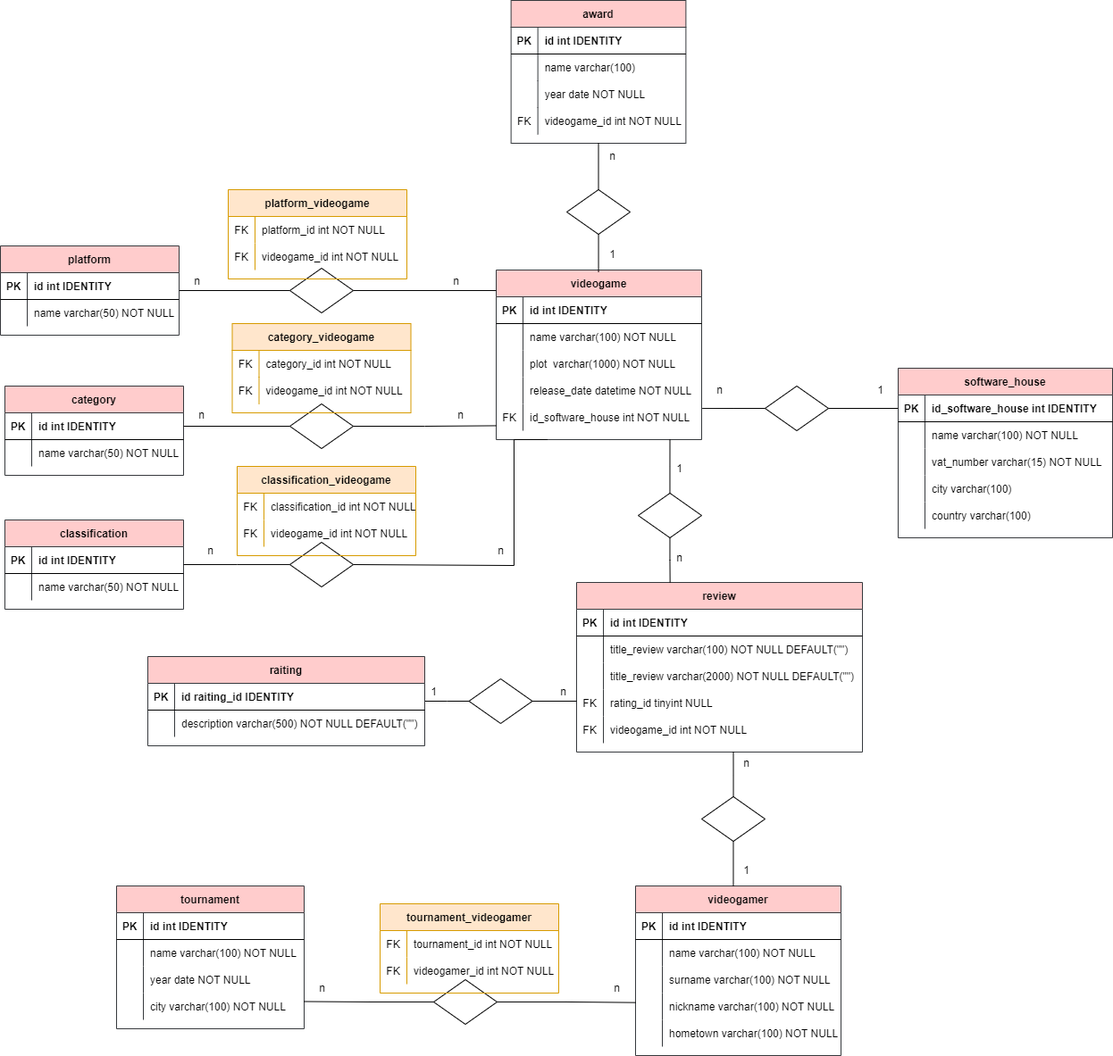
This is modellazione_schema_ER_videogames.png from giovannitamburini/db-videogames, a draw.io export, as it was before one commit. Source tidied: cells renumbered, new cells last; positions are measured from the earlier drawing's top-left corner, leaving out a move shared by most shapes.
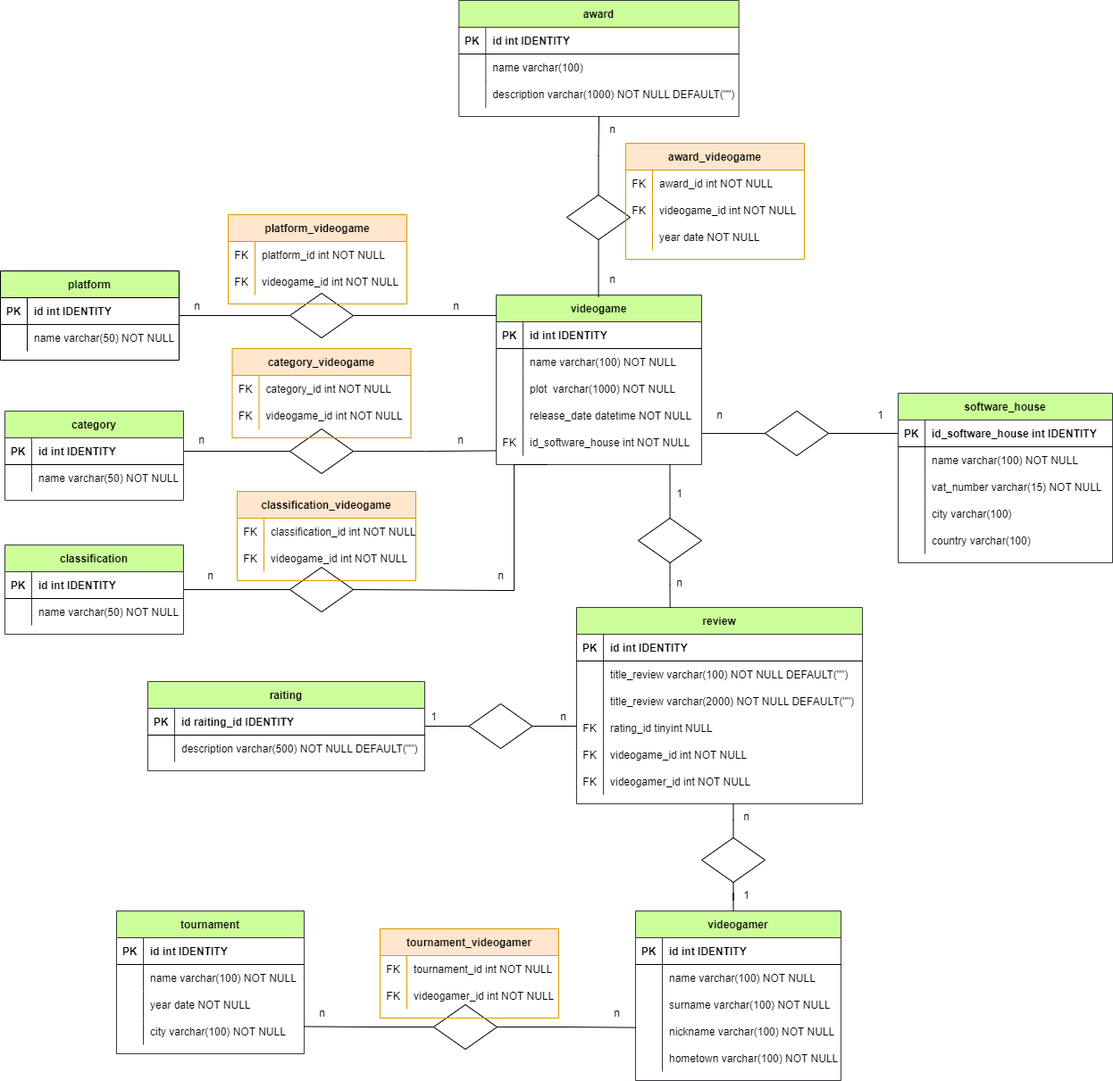
After the commit.

Commit message:
fixed award table & review table

What changed in the source:
```diff
@@ -1,8 +1,8 @@
-<mxGraphModel>
+<mxGraphModel background="#FFFFFF">
   <root>
     <mxCell id="0" />
     <mxCell id="1" parent="0" />
-    <mxCell id="2" value="software_house" style="shape=table;startSize=30;rowLines=0;fontStyle=1;align=center;fillColor=#ffcccc;strokeColor=#36393d;" parent="1" vertex="1">
+    <mxCell id="2" value="software_house" style="shape=table;startSize=30;rowLines=0;fontStyle=1;align=center;fillColor=#CCFF99;strokeColor=#36393d;" parent="1" vertex="1">
       <mxGeometry x="1005" y="412" width="240" height="190" as="geometry" />
     </mxCell>
     <mxCell id="3" style="shape=partialRectangle;fillColor=none;points=[[0,0.5],[1,0.5]];portConstraint=eastwest;top=0;left=0;right=0;bottom=1;" parent="2" vertex="1">
@@ -50,7 +50,7 @@
     <mxCell id="17" value="country varchar(100)" style="shape=partialRectangle;overflow=hidden;fillColor=none;top=0;left=0;bottom=0;right=0;align=left;spacingLeft=6;" parent="15" vertex="1">
       <mxGeometry x="30" width="210" height="30" as="geometry" />
     </mxCell>
-    <mxCell id="18" value="category" style="shape=table;startSize=30;rowLines=0;fontStyle=1;align=center;fillColor=#ffcccc;strokeColor=#36393d;" parent="1" vertex="1">
+    <mxCell id="18" value="category" style="shape=table;startSize=30;rowLines=0;fontStyle=1;align=center;fillColor=#CCFF99;strokeColor=#36393d;" parent="1" vertex="1">
       <mxGeometry x="5" y="432" width="200" height="100" as="geometry" />
     </mxCell>
     <mxCell id="19" style="shape=partialRectangle;fillColor=none;points=[[0,0.5],[1,0.5]];portConstraint=eastwest;top=0;left=0;right=0;bottom=1;" parent="18" vertex="1">
@@ -71,7 +71,7 @@
     <mxCell id="24" value="name varchar(50) NOT NULL" style="shape=partialRectangle;overflow=hidden;fillColor=none;top=0;left=0;bottom=0;right=0;align=left;spacingLeft=6;" parent="22" vertex="1">
       <mxGeometry x="30" width="170" height="30" as="geometry" />
     </mxCell>
-    <mxCell id="25" value="videogame" style="shape=table;startSize=30;rowLines=0;fontStyle=1;align=center;fillColor=#ffcccc;strokeColor=#36393d;" parent="1" vertex="1">
+    <mxCell id="25" value="videogame" style="shape=table;startSize=30;rowLines=0;fontStyle=1;align=center;fillColor=#CCFF99;strokeColor=#36393d;" parent="1" vertex="1">
       <mxGeometry x="555" y="302" width="230" height="190" as="geometry" />
     </mxCell>
     <mxCell id="26" style="shape=partialRectangle;fillColor=none;top=0;left=0;right=0;bottom=1;" parent="25" vertex="1">
@@ -119,7 +119,7 @@
     <mxCell id="40" value="id_software_house int NOT NULL" style="shape=partialRectangle;overflow=hidden;fillColor=none;top=0;left=0;bottom=0;right=0;align=left;spacingLeft=6;" parent="38" vertex="1">
       <mxGeometry x="30" width="200" height="30" as="geometry" />
     </mxCell>
-    <mxCell id="41" value="classification" style="shape=table;startSize=30;rowLines=0;fontStyle=1;align=center;fillColor=#ffcccc;strokeColor=#36393d;" parent="1" vertex="1">
+    <mxCell id="41" value="classification" style="shape=table;startSize=30;rowLines=0;fontStyle=1;align=center;fillColor=#CCFF99;strokeColor=#36393d;" parent="1" vertex="1">
       <mxGeometry x="5" y="582" width="200" height="100" as="geometry" />
     </mxCell>
     <mxCell id="42" style="shape=partialRectangle;fillColor=none;top=0;left=0;right=0;bottom=1;" parent="41" vertex="1">
@@ -140,7 +140,7 @@
     <mxCell id="47" value="name varchar(50) NOT NULL" style="shape=partialRectangle;overflow=hidden;fillColor=none;top=0;left=0;bottom=0;right=0;align=left;spacingLeft=6;" parent="45" vertex="1">
       <mxGeometry x="30" width="170" height="30" as="geometry" />
     </mxCell>
-    <mxCell id="48" value="platform" style="shape=table;startSize=30;rowLines=0;fontStyle=1;align=center;fillColor=#ffcccc;strokeColor=#36393d;" parent="1" vertex="1">
+    <mxCell id="48" value="platform" style="shape=table;startSize=30;rowLines=0;fontStyle=1;align=center;fillColor=#CCFF99;" parent="1" vertex="1">
       <mxGeometry y="275" width="200" height="100" as="geometry" />
     </mxCell>
     <mxCell id="49" style="shape=partialRectangle;fillColor=none;top=0;left=0;right=0;bottom=1;" parent="48" vertex="1">
@@ -292,7 +292,7 @@
     <mxCell id="95" value="n" style="text;html=1;align=center;verticalAlign=middle;strokeColor=none;fillColor=none;" parent="1" vertex="1">
       <mxGeometry x="500" y="450" width="30" height="30" as="geometry" />
     </mxCell>
-    <mxCell id="96" value="tournament" style="shape=table;startSize=30;rowLines=0;fontStyle=1;align=center;fillColor=#ffcccc;strokeColor=#36393d;" parent="1" vertex="1">
+    <mxCell id="96" value="tournament" style="shape=table;startSize=30;rowLines=0;fontStyle=1;align=center;fillColor=#CCFF99;strokeColor=#36393d;" parent="1" vertex="1">
       <mxGeometry x="130" y="992" width="210" height="160" as="geometry" />
     </mxCell>
     <mxCell id="97" style="shape=partialRectangle;fillColor=none;top=0;left=0;right=0;bottom=1;" parent="96" vertex="1">
@@ -331,7 +331,7 @@
     <mxCell id="108" value="city varchar(100) NOT NULL" style="shape=partialRectangle;overflow=hidden;fillColor=none;top=0;left=0;bottom=0;right=0;align=left;spacingLeft=6;" parent="106" vertex="1">
       <mxGeometry x="30" width="180" height="30" as="geometry" />
     </mxCell>
-    <mxCell id="109" value="videogamer" style="shape=table;startSize=30;rowLines=0;fontStyle=1;align=center;fillColor=#ffcccc;strokeColor=#36393d;" parent="1" vertex="1">
+    <mxCell id="109" value="videogamer" style="shape=table;startSize=30;rowLines=0;fontStyle=1;align=center;fillColor=#CCFF99;strokeColor=#36393d;" parent="1" vertex="1">
       <mxGeometry x="711" y="992" width="230" height="190" as="geometry" />
     </mxCell>
     <mxCell id="110" style="shape=partialRectangle;fillColor=none;top=0;left=0;right=0;bottom=1;" parent="109" vertex="1">
@@ -409,8 +409,8 @@
     <mxCell id="134" value="videogamer_id int NOT NULL" style="shape=partialRectangle;overflow=hidden;fillColor=none;top=0;left=0;bottom=0;right=0;align=left;spacingLeft=6;" parent="132" vertex="1">
       <mxGeometry x="30" width="170" height="30" as="geometry" />
     </mxCell>
-    <mxCell id="135" value="review" style="shape=table;startSize=30;rowLines=0;fontStyle=1;align=center;fillColor=#ffcccc;strokeColor=#36393d;" parent="1" vertex="1">
-      <mxGeometry x="645" y="652" width="320" height="190" as="geometry" />
+    <mxCell id="135" value="review" style="shape=table;startSize=30;rowLines=0;fontStyle=1;align=center;fillColor=#CCFF99;strokeColor=#36393d;" parent="1" vertex="1">
+      <mxGeometry x="645" y="652" width="320" height="220" as="geometry" />
     </mxCell>
     <mxCell id="136" style="shape=partialRectangle;fillColor=none;top=0;left=0;right=0;bottom=1;" parent="135" vertex="1">
       <mxGeometry y="30" width="320" height="30" as="geometry" />
@@ -457,6 +457,15 @@
     <mxCell id="150" value="videogame_id int NOT NULL" style="shape=partialRectangle;overflow=hidden;fillColor=none;top=0;left=0;bottom=0;right=0;align=left;spacingLeft=6;" parent="148" vertex="1">
       <mxGeometry x="30" width="290" height="30" as="geometry" />
     </mxCell>
+    <mxCell id="193" style="shape=partialRectangle;fillColor=none;top=0;left=0;right=0;bottom=0;" parent="135" vertex="1">
+      <mxGeometry y="180" width="320" height="30" as="geometry" />
+    </mxCell>
+    <mxCell id="194" value="FK" style="shape=partialRectangle;overflow=hidden;fillColor=none;top=0;left=0;bottom=0;right=0;" parent="193" vertex="1">
+      <mxGeometry width="30" height="30" as="geometry" />
+    </mxCell>
+    <mxCell id="195" value="videogamer_id int NOT NULL" style="shape=partialRectangle;overflow=hidden;fillColor=none;top=0;left=0;bottom=0;right=0;align=left;spacingLeft=6;" parent="193" vertex="1">
+      <mxGeometry x="30" width="290" height="30" as="geometry" />
+    </mxCell>
     <mxCell id="151" style="edgeStyle=orthogonalEdgeStyle;rounded=0;jettySize=auto;html=1;endArrow=none;endFill=0;" parent="1" edge="1" source="153">
       <mxGeometry relative="1" as="geometry">
         <mxPoint x="749.5" y="492" as="targetPoint" />
@@ -485,7 +494,7 @@
     <mxCell id="158" style="rhombus;whiteSpace=wrap;html=1;fillColor=none;" parent="1" vertex="1">
       <mxGeometry x="524.5" y="760" width="71" height="50" as="geometry" />
     </mxCell>
-    <mxCell id="159" value="raiting" style="shape=table;startSize=30;rowLines=0;fontStyle=1;align=center;fillColor=#ffcccc;strokeColor=#36393d;" parent="1" vertex="1">
+    <mxCell id="159" value="raiting" style="shape=table;startSize=30;rowLines=0;fontStyle=1;align=center;fillColor=#CCFF99;strokeColor=#36393d;" parent="1" vertex="1">
       <mxGeometry x="165" y="735" width="310" height="100" as="geometry" />
     </mxCell>
     <mxCell id="160" style="shape=partialRectangle;fillColor=none;top=0;left=0;right=0;bottom=1;" parent="159" vertex="1">
@@ -518,45 +527,36 @@
     <mxCell id="169" value="n" style="text;html=1;align=center;verticalAlign=middle;strokeColor=none;fillColor=none;" parent="1" vertex="1">
       <mxGeometry x="344.5" y="1092" width="30" height="30" as="geometry" />
     </mxCell>
-    <mxCell id="170" value="award" style="shape=table;startSize=30;rowLines=0;fontStyle=1;align=center;fillColor=#ffcccc;strokeColor=#36393d;" parent="1" vertex="1">
-      <mxGeometry x="571.6" width="195.8" height="160" as="geometry" />
+    <mxCell id="170" value="award" style="shape=table;startSize=30;rowLines=0;fontStyle=1;align=center;fillColor=#CCFF99;strokeColor=#36393d;" parent="1" vertex="1">
+      <mxGeometry x="513.3" y="-28" width="313.4" height="130" as="geometry" />
     </mxCell>
     <mxCell id="171" style="shape=partialRectangle;fillColor=none;top=0;left=0;right=0;bottom=1;" parent="170" vertex="1">
-      <mxGeometry y="30" width="195.8" height="30" as="geometry" />
+      <mxGeometry y="30" width="313.4" height="30" as="geometry" />
     </mxCell>
     <mxCell id="172" value="PK" style="shape=partialRectangle;overflow=hidden;fillColor=none;top=0;left=0;bottom=0;right=0;fontStyle=1;" parent="171" vertex="1">
       <mxGeometry width="30" height="30" as="geometry" />
     </mxCell>
     <mxCell id="173" value="id int IDENTITY" style="shape=partialRectangle;overflow=hidden;fillColor=none;top=0;left=0;bottom=0;right=0;align=left;spacingLeft=6;fontStyle=1;" parent="171" vertex="1">
-      <mxGeometry x="30" width="165.8" height="30" as="geometry" />
+      <mxGeometry x="30" width="283.4" height="30" as="geometry" />
     </mxCell>
     <mxCell id="174" style="shape=partialRectangle;fillColor=none;top=0;left=0;right=0;bottom=0;" parent="170" vertex="1">
-      <mxGeometry y="60" width="195.8" height="30" as="geometry" />
+      <mxGeometry y="60" width="313.4" height="30" as="geometry" />
     </mxCell>
     <mxCell id="175" style="shape=partialRectangle;overflow=hidden;fillColor=none;top=0;left=0;bottom=0;right=0;" parent="174" vertex="1">
       <mxGeometry width="30" height="30" as="geometry" />
     </mxCell>
     <mxCell id="176" value="name varchar(100)" style="shape=partialRectangle;overflow=hidden;fillColor=none;top=0;left=0;bottom=0;right=0;align=left;spacingLeft=6;" parent="174" vertex="1">
-      <mxGeometry x="30" width="165.8" height="30" as="geometry" />
+      <mxGeometry x="30" width="283.4" height="30" as="geometry" />
     </mxCell>
     <mxCell id="177" style="shape=partialRectangle;fillColor=none;top=0;left=0;right=0;bottom=0;" parent="170" vertex="1">
-      <mxGeometry y="90" width="195.8" height="30" as="geometry" />
+      <mxGeometry y="90" width="313.4" height="30" as="geometry" />
     </mxCell>
     <mxCell id="178" style="shape=partialRectangle;overflow=hidden;fillColor=none;top=0;left=0;bottom=0;right=0;" parent="177" vertex="1">
       <mxGeometry width="30" height="30" as="geometry" />
     </mxCell>
-    <mxCell id="179" value="year date NOT NULL" style="shape=partialRectangle;overflow=hidden;fillColor=none;top=0;left=0;bottom=0;right=0;align=left;spacingLeft=6;" parent="177" vertex="1">
-      <mxGeometry x="30" width="165.8" height="30" as="geometry" />
+    <mxCell id="179" value="description varchar(1000) NOT NULL DEFAULT(&quot;&quot;)" style="shape=partialRectangle;overflow=hidden;fillColor=none;top=0;left=0;bottom=0;right=0;align=left;spacingLeft=6;" parent="177" vertex="1">
+      <mxGeometry x="30" width="283.4" height="30" as="geometry" />
     </mxCell>
-    <mxCell id="180" style="shape=partialRectangle;fillColor=none;top=0;left=0;right=0;bottom=0;" parent="170" vertex="1">
-      <mxGeometry y="120" width="195.8" height="30" as="geometry" />
-    </mxCell>
-    <mxCell id="181" value="FK" style="shape=partialRectangle;overflow=hidden;fillColor=none;top=0;left=0;bottom=0;right=0;" parent="180" vertex="1">
-      <mxGeometry width="30" height="30" as="geometry" />
-    </mxCell>
-    <mxCell id="182" value="videogame_id int NOT NULL" style="shape=partialRectangle;overflow=hidden;fillColor=none;top=0;left=0;bottom=0;right=0;align=left;spacingLeft=6;" parent="180" vertex="1">
-      <mxGeometry x="30" width="165.8" height="30" as="geometry" />
-    </mxCell>
     <mxCell id="183" style="edgeStyle=orthogonalEdgeStyle;rounded=0;jettySize=auto;html=1;entryX=0.5;entryY=1;entryDx=0;entryDy=0;endArrow=none;endFill=0;" parent="1" edge="1" source="185" target="170">
       <mxGeometry relative="1" as="geometry" />
     </mxCell>
@@ -564,30 +564,60 @@
       <mxGeometry relative="1" as="geometry" />
     </mxCell>
     <mxCell id="185" style="rhombus;whiteSpace=wrap;html=1;fillColor=none;" parent="1" vertex="1">
-      <mxGeometry x="634" y="212" width="71" height="50" as="geometry" />
+      <mxGeometry x="634" y="190" width="71" height="50" as="geometry" />
     </mxCell>
-    <mxCell id="186" style="edgeStyle=orthogonalEdgeStyle;rounded=0;jettySize=auto;html=1;endArrow=none;endFill=0;" parent="1" edge="1" source="188">
-      <mxGeometry relative="1" as="geometry">
-        <mxPoint x="820.5" y="842" as="targetPoint" />
-      </mxGeometry>
-    </mxCell>
     <mxCell id="187" style="edgeStyle=orthogonalEdgeStyle;rounded=0;jettySize=auto;html=1;entryX=0.476;entryY=0;entryDx=0;entryDy=0;entryPerimeter=0;endArrow=none;endFill=0;" parent="1" edge="1" source="188" target="109">
       <mxGeometry relative="1" as="geometry" />
     </mxCell>
+    <mxCell id="196" style="edgeStyle=orthogonalEdgeStyle;rounded=0;jettySize=auto;html=1;endArrow=none;endFill=0;" parent="1" edge="1" source="188">
+      <mxGeometry relative="1" as="geometry">
+        <mxPoint x="820.5" y="872" as="targetPoint" />
+      </mxGeometry>
+    </mxCell>
     <mxCell id="188" style="rhombus;whiteSpace=wrap;html=1;fillColor=none;" parent="1" vertex="1">
-      <mxGeometry x="785" y="892" width="71" height="50" as="geometry" />
+      <mxGeometry x="785" y="910" width="71" height="50" as="geometry" />
     </mxCell>
     <mxCell id="189" value="n" style="text;html=1;align=center;verticalAlign=middle;strokeColor=none;fillColor=none;" parent="1" vertex="1">
-      <mxGeometry x="820" y="840" width="30" height="30" as="geometry" />
+      <mxGeometry x="820" y="872" width="30" height="30" as="geometry" />
     </mxCell>
     <mxCell id="190" value="1" style="text;html=1;align=center;verticalAlign=middle;strokeColor=none;fillColor=none;" parent="1" vertex="1">
       <mxGeometry x="820" y="960" width="30" height="30" as="geometry" />
     </mxCell>
-    <mxCell id="191" value="1" style="text;html=1;align=center;verticalAlign=middle;strokeColor=none;fillColor=none;" parent="1" vertex="1">
+    <mxCell id="191" value="n" style="text;html=1;align=center;verticalAlign=middle;strokeColor=none;fillColor=none;" parent="1" vertex="1">
       <mxGeometry x="670" y="270" width="30" height="30" as="geometry" />
     </mxCell>
     <mxCell id="192" value="n" style="text;html=1;align=center;verticalAlign=middle;strokeColor=none;fillColor=none;" parent="1" vertex="1">
-      <mxGeometry x="670" y="160" width="30" height="30" as="geometry" />
+      <mxGeometry x="670" y="102" width="30" height="30" as="geometry" />
     </mxCell>
+    <mxCell id="197" value="award_videogame" style="shape=table;startSize=30;rowLines=0;fontStyle=1;align=center;fillColor=#ffe6cc;strokeColor=#d79b00;" parent="1" vertex="1">
+      <mxGeometry x="700" y="132" width="200" height="130" as="geometry" />
+    </mxCell>
+    <mxCell id="198" style="shape=partialRectangle;fillColor=none;top=0;left=0;right=0;bottom=0;" parent="197" vertex="1">
+      <mxGeometry y="30" width="200" height="30" as="geometry" />
+    </mxCell>
+    <mxCell id="199" value="FK" style="shape=partialRectangle;overflow=hidden;fillColor=none;top=0;left=0;bottom=0;right=0;" parent="198" vertex="1">
+      <mxGeometry width="30" height="30" as="geometry" />
+    </mxCell>
+    <mxCell id="200" value="award_id int NOT NULL" style="shape=partialRectangle;overflow=hidden;fillColor=none;top=0;left=0;bottom=0;right=0;align=left;spacingLeft=6;" parent="198" vertex="1">
+      <mxGeometry x="30" width="170" height="30" as="geometry" />
+    </mxCell>
+    <mxCell id="201" style="shape=partialRectangle;fillColor=none;top=0;left=0;right=0;bottom=0;" parent="197" vertex="1">
+      <mxGeometry y="60" width="200" height="30" as="geometry" />
+    </mxCell>
+    <mxCell id="202" value="FK" style="shape=partialRectangle;overflow=hidden;fillColor=none;top=0;left=0;bottom=0;right=0;" parent="201" vertex="1">
+      <mxGeometry width="30" height="30" as="geometry" />
+    </mxCell>
+    <mxCell id="182" value="videogame_id int NOT NULL" style="shape=partialRectangle;overflow=hidden;fillColor=none;top=0;left=0;bottom=0;right=0;align=left;spacingLeft=6;" parent="201" vertex="1">
+      <mxGeometry x="30" width="170" height="30" as="geometry" />
+    </mxCell>
+    <mxCell id="203" style="shape=partialRectangle;fillColor=none;top=0;left=0;right=0;bottom=0;" parent="197" vertex="1">
+      <mxGeometry y="90" width="200" height="30" as="geometry" />
+    </mxCell>
+    <mxCell id="204" style="shape=partialRectangle;overflow=hidden;fillColor=none;top=0;left=0;bottom=0;right=0;" parent="203" vertex="1">
+      <mxGeometry width="30" height="30" as="geometry" />
+    </mxCell>
+    <mxCell id="205" value="year date NOT NULL" style="shape=partialRectangle;overflow=hidden;fillColor=none;top=0;left=0;bottom=0;right=0;align=left;spacingLeft=6;" parent="203" vertex="1">
+      <mxGeometry x="30" width="170" height="30" as="geometry" />
+    </mxCell>
   </root>
 </mxGraphModel>
```
